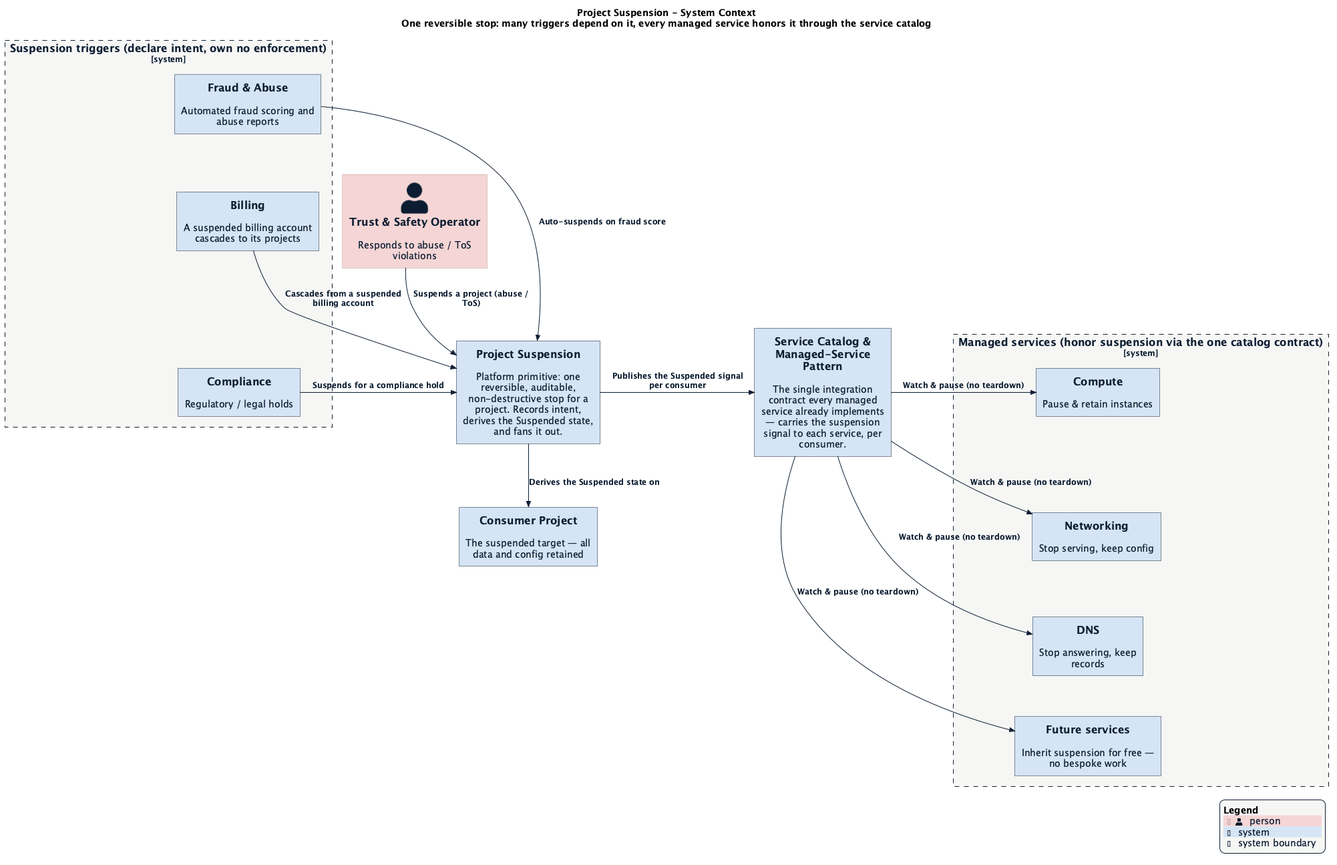
Above: enhancements/platform/project-suspension/context.png in datum-cloud/enhancements (PlantUML), before the change.
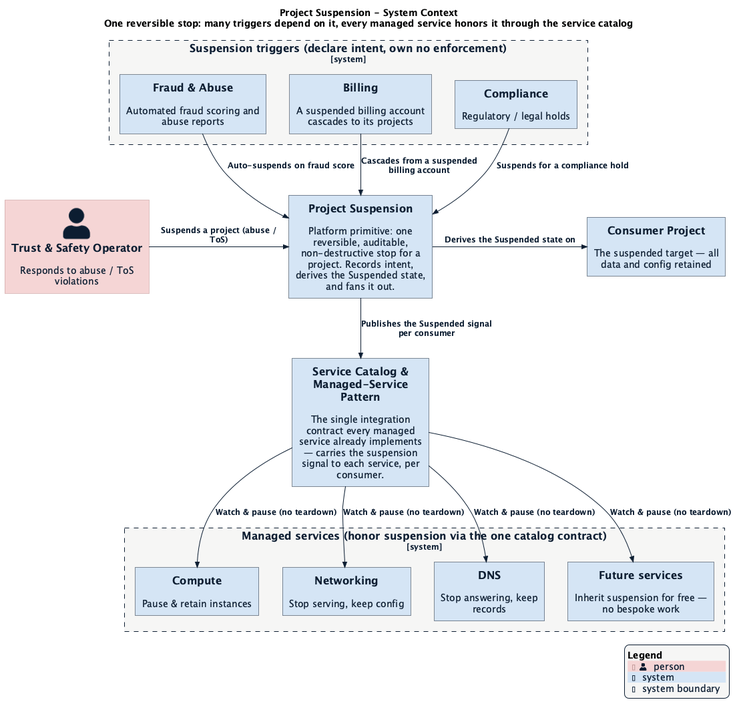
Above is the later version.

Commit message:
docs(project-suspension): regenerate context diagram after layout tweaks

Re-render context.png from the updated source: triggers fan in from the top,
operator and Consumer Project flank the primitive, and the catalog fans out to
the services along the bottom.

What changed in the source:
```diff
@@ -26,23 +26,19 @@
 
 System(project, "Consumer Project", "The suspended target — all data and config retained")
 
-Rel_D(operator, suspension, "Suspends a project (abuse / ToS)")
-Rel_R(fraud, suspension, "Auto-suspends on fraud score")
-Rel_R(billing, suspension, "Cascades from a suspended billing account")
-Rel_R(compliance, suspension, "Suspends for a compliance hold")
+Rel_R(operator, suspension, "Suspends a project (abuse / ToS)")
 
-Rel_D(suspension, project, "Derives the Suspended state on")
-Rel_R(suspension, catalog, "Publishes the Suspended signal per consumer")
-Rel_R(catalog, compute, "Watch & pause (no teardown)")
-Rel_R(catalog, network, "Watch & pause (no teardown)")
-Rel_R(catalog, dns, "Watch & pause (no teardown)")
-Rel_R(catalog, future, "Watch & pause (no teardown)")
+Rel(fraud, suspension, "Auto-suspends on fraud score")
+Rel(billing, suspension, "Cascades from a suspended billing account")
+Rel(compliance, suspension, "Suspends for a compliance hold")
 
-Lay_D(fraud, billing)
-Lay_D(billing, compliance)
-Lay_D(compute, network)
-Lay_D(network, dns)
-Lay_D(dns, future)
+Rel_R(suspension, project, "Derives the Suspended state on")
+
+Rel(suspension, catalog, "Publishes the Suspended signal per consumer")
+Rel(catalog, compute, "Watch & pause (no teardown)")
+Rel(catalog, network, "Watch & pause (no teardown)")
+Rel(catalog, dns, "Watch & pause (no teardown)")
+Rel(catalog, future, "Watch & pause (no teardown)")
 
 SHOW_LEGEND()
 @enduml
```
